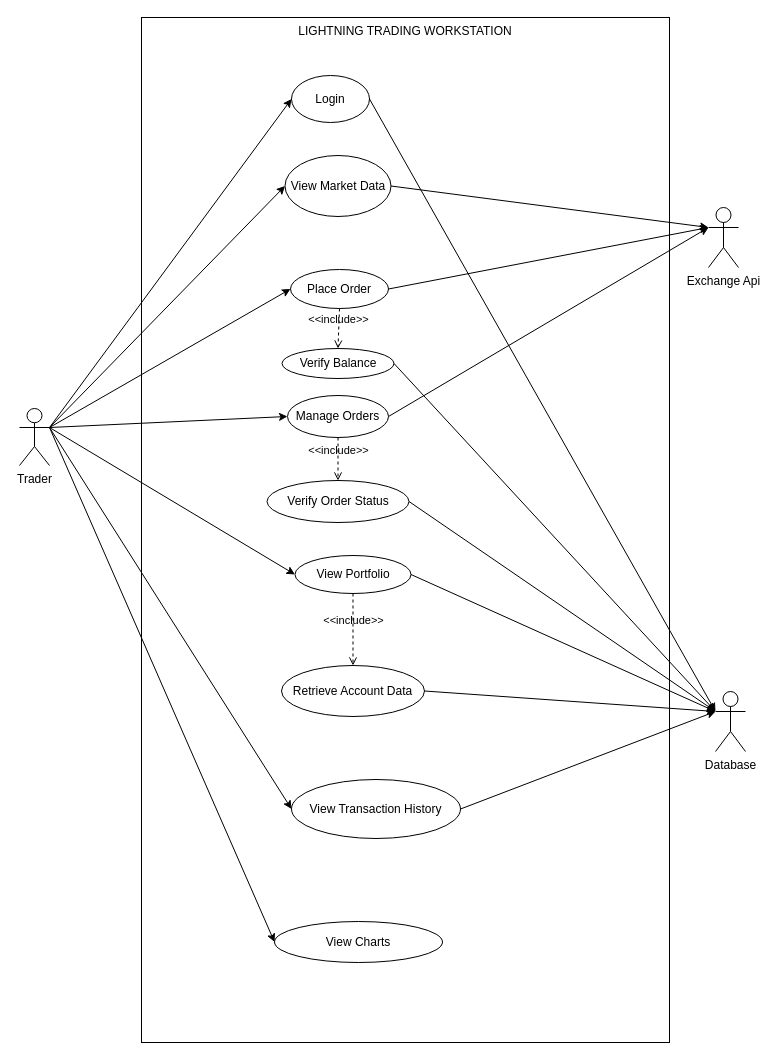
The draw.io diagram page "Use Case Diagram" (2 of 5) of Lightning Use Case Diagram.drawio in STANLEYKINYUA/PROJECT-DOCUMENTATION-BACKUP, before the edit. Source tidied: cells renumbered, new cells numbered last; positions are measured from the earlier drawing's top-left corner, leaving out a move shared by most shapes. Both pictures are drawn from the tidied source at 100%, with x=0, y=0 at pixel (19, 17).
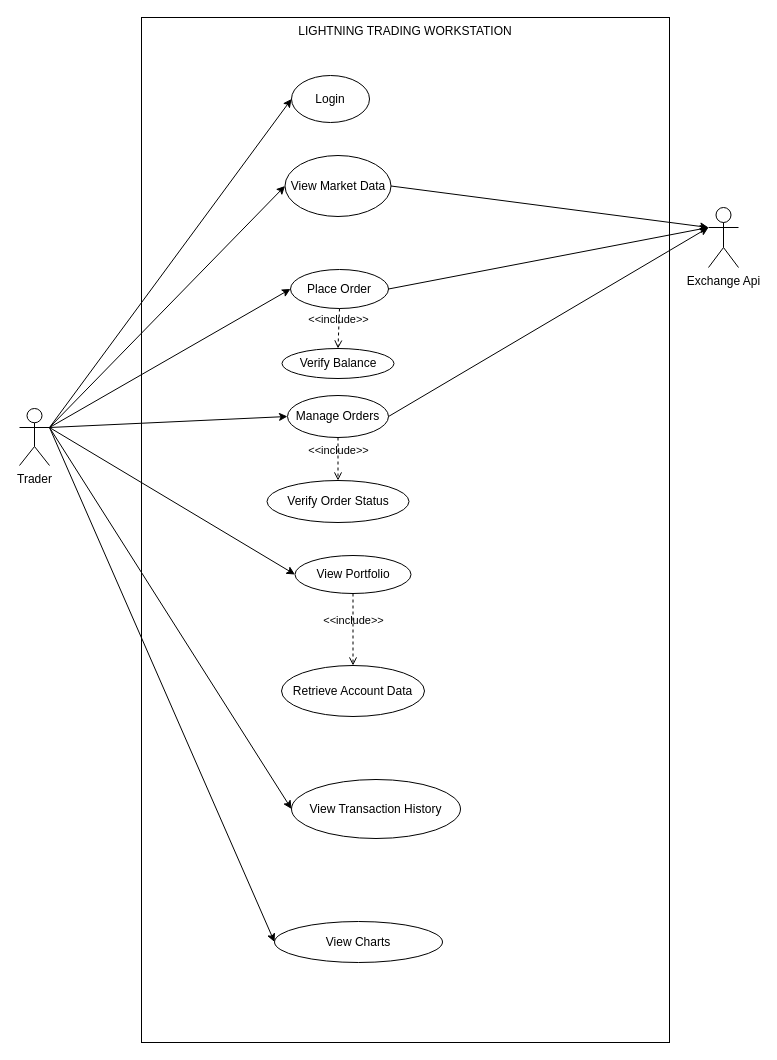
The same page after the edit.

The change refers to these unchanged cells:
```xml
<mxCell id="12" value="Login" style="ellipse;whiteSpace=wrap;html=1;" parent="1" vertex="1">
  <mxGeometry x="272" y="58" width="78" height="47" as="geometry" />
</mxCell>
<mxCell id="17" value="View Portfolio" style="ellipse;whiteSpace=wrap;html=1;" parent="1" vertex="1">
  <mxGeometry x="275.5" y="538" width="116" height="38" as="geometry" />
</mxCell>
<mxCell id="18" value="View Transaction History" style="ellipse;whiteSpace=wrap;html=1;" parent="1" vertex="1">
  <mxGeometry x="272" y="762" width="169" height="59" as="geometry" />
</mxCell>
<mxCell id="20" value="Verify Balance" style="ellipse;whiteSpace=wrap;html=1;" parent="1" vertex="1">
  <mxGeometry x="262.5" y="331" width="112" height="30" as="geometry" />
</mxCell>
<mxCell id="21" value="Verify Order Status" style="ellipse;whiteSpace=wrap;html=1;" parent="1" vertex="1">
  <mxGeometry x="247.5" y="463" width="142" height="42" as="geometry" />
</mxCell>
<mxCell id="23" value="Retrieve Account Data" style="ellipse;whiteSpace=wrap;html=1;" parent="1" vertex="1">
  <mxGeometry x="262" y="648" width="143" height="51" as="geometry" />
</mxCell>
```

Change to the diagram source:
```diff
@@
-    <mxCell id="22" style="edgeStyle=none;shape=connector;rounded=0;jettySize=auto;html=1;exitX=1;exitY=0.5;exitDx=0;exitDy=0;strokeColor=default;align=center;verticalAlign=middle;fontFamily=Helvetica;fontSize=11;fontColor=default;labelBackgroundColor=default;endArrow=classic;entryX=0;entryY=0.3333333333333333;entryDx=0;entryDy=0;entryPerimeter=0;" parent="1" edge="1" source="23" target="27">
-      <mxGeometry relative="1" as="geometry" />
-    </mxCell>
@@
-    <mxCell id="27" value="Database" style="shape=umlActor;verticalLabelPosition=bottom;verticalAlign=top;html=1;outlineConnect=0;" parent="1" vertex="1">
-      <mxGeometry x="696" y="674" width="30" height="60" as="geometry" />
-    </mxCell>
-    <mxCell id="28" style="edgeStyle=none;shape=connector;rounded=0;jettySize=auto;html=1;exitX=1;exitY=0.5;exitDx=0;exitDy=0;entryX=0;entryY=0.3333333333333333;entryDx=0;entryDy=0;entryPerimeter=0;strokeColor=default;align=center;verticalAlign=middle;fontFamily=Helvetica;fontSize=11;fontColor=default;labelBackgroundColor=default;endArrow=classic;" parent="1" edge="1" source="12" target="27">
-      <mxGeometry relative="1" as="geometry" />
-    </mxCell>
@@
-    <mxCell id="31" style="edgeStyle=none;shape=connector;rounded=0;jettySize=auto;html=1;exitX=1;exitY=0.5;exitDx=0;exitDy=0;entryX=0;entryY=0.3333333333333333;entryDx=0;entryDy=0;entryPerimeter=0;strokeColor=default;align=center;verticalAlign=middle;fontFamily=Helvetica;fontSize=11;fontColor=default;labelBackgroundColor=default;endArrow=classic;" parent="1" edge="1" source="17" target="27">
-      <mxGeometry relative="1" as="geometry" />
-    </mxCell>
-    <mxCell id="32" style="edgeStyle=none;shape=connector;rounded=0;jettySize=auto;html=1;exitX=1;exitY=0.5;exitDx=0;exitDy=0;entryX=0;entryY=0.3333333333333333;entryDx=0;entryDy=0;entryPerimeter=0;strokeColor=default;align=center;verticalAlign=middle;fontFamily=Helvetica;fontSize=11;fontColor=default;labelBackgroundColor=default;endArrow=classic;" parent="1" edge="1" source="18" target="27">
-      <mxGeometry relative="1" as="geometry" />
-    </mxCell>
-    <mxCell id="33" style="edgeStyle=none;shape=connector;rounded=0;jettySize=auto;html=1;exitX=1;exitY=0.5;exitDx=0;exitDy=0;entryX=0;entryY=0.3333333333333333;entryDx=0;entryDy=0;entryPerimeter=0;strokeColor=default;align=center;verticalAlign=middle;fontFamily=Helvetica;fontSize=11;fontColor=default;labelBackgroundColor=default;endArrow=classic;" parent="1" edge="1" source="20" target="27">
-      <mxGeometry relative="1" as="geometry" />
-    </mxCell>
-    <mxCell id="34" style="edgeStyle=none;shape=connector;rounded=0;jettySize=auto;html=1;exitX=1;exitY=0.5;exitDx=0;exitDy=0;entryX=0;entryY=0.3333333333333333;entryDx=0;entryDy=0;entryPerimeter=0;strokeColor=default;align=center;verticalAlign=middle;fontFamily=Helvetica;fontSize=11;fontColor=default;labelBackgroundColor=default;endArrow=classic;" parent="1" edge="1" source="21" target="27">
-      <mxGeometry relative="1" as="geometry" />
-    </mxCell>
```
